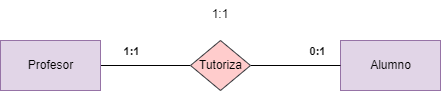
Before: tareas/tarea-1/imágenes/ejercicio2.drawio.png, a diagram exported from draw.io (ManuelsDAM/base-datos). Source tidied: cells renumbered, new cells last; positions are measured from the earlier drawing's top-left corner, leaving out a move shared by most shapes.
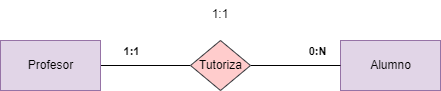
The same diagram one commit later.

Commit message:
Corrección del ejercicio 2

Change to the diagram source:
```diff
@@ -19,7 +19,7 @@
     <mxCell id="6" style="edgeStyle=none;html=1;exitX=1;exitY=0.5;exitDx=0;exitDy=0;entryX=0;entryY=0.5;entryDx=0;entryDy=0;endArrow=none;endFill=0;" parent="1" edge="1" source="9" target="5">
       <mxGeometry relative="1" as="geometry" />
     </mxCell>
-    <mxCell id="7" value="&lt;b&gt;0:1&lt;/b&gt;" style="edgeLabel;html=1;align=center;verticalAlign=middle;" parent="6" vertex="1">
+    <mxCell id="7" value="&lt;b&gt;0:N&lt;/b&gt;" style="edgeLabel;html=1;align=center;verticalAlign=middle;" parent="6" vertex="1">
       <mxGeometry x="0.46" y="-1" relative="1" as="geometry">
         <mxPoint y="-16" as="offset" />
       </mxGeometry>
```
